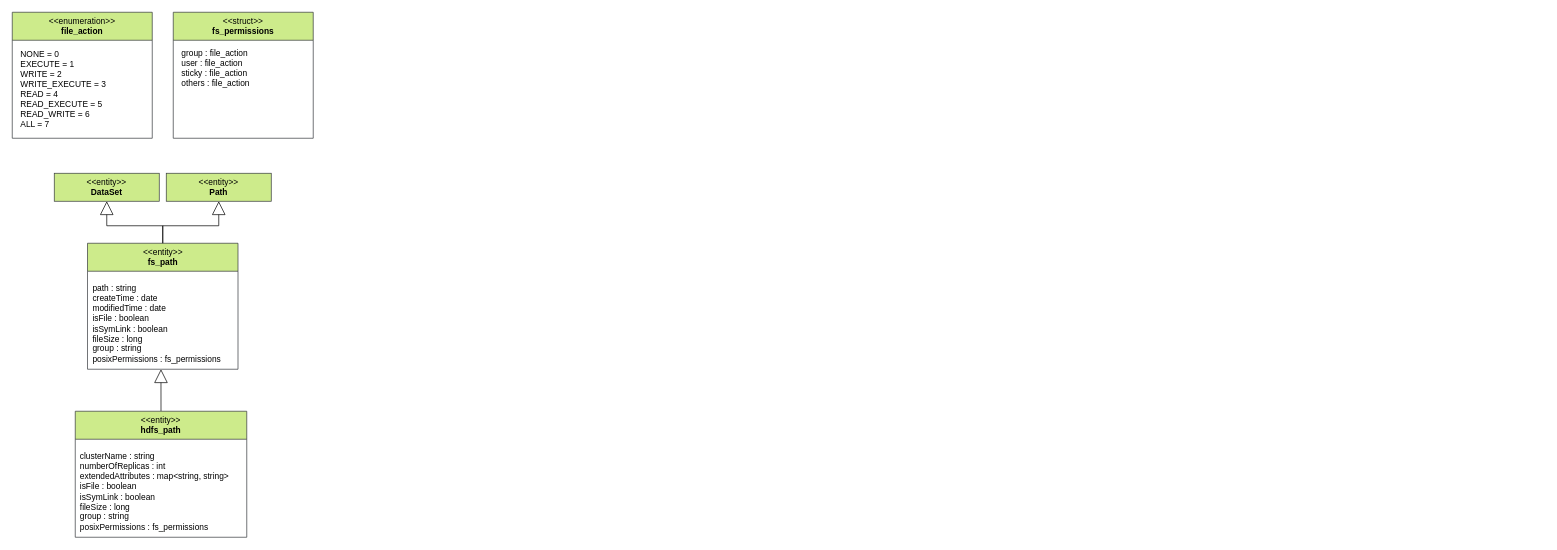
odpi/egeria keeps this draw.io diagram as page "1020 - File System" (2 of 6) of open-metadata-implementation/adapters/open-connectors/integration-connectors/atlas-integration-connector/docs/atlas-types.drawio. Above is the earlier version. Source tidied: cells renumbered, new cells numbered last; positions are measured from the earlier drawing's top-left corner, leaving out a move shared by most shapes. Both pictures are drawn from the tidied source at 70%, with x=0, y=0 at pixel (12, 12).
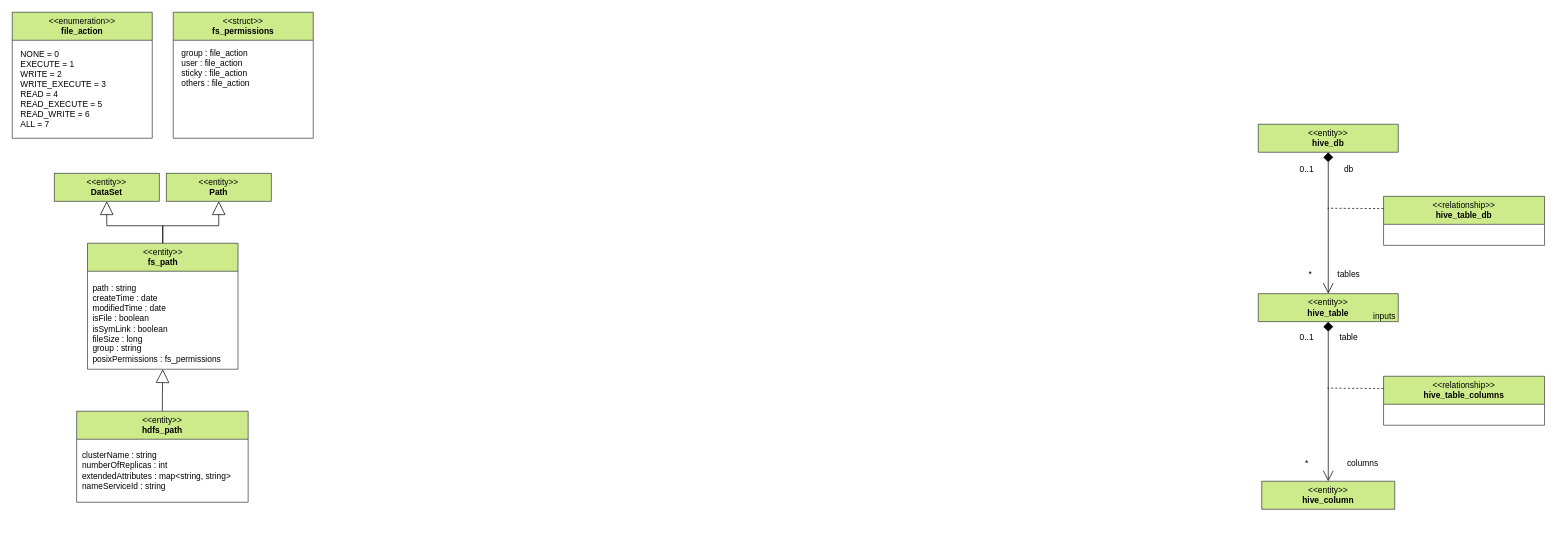
After the change.

Unchanged cells that the change refers to:
```xml
<mxCell id="7" value="&lt;span style=&quot;font-weight: normal;&quot;&gt;&amp;lt;&amp;lt;entity&amp;gt;&amp;gt;&lt;br&gt;&lt;/span&gt;fs_path" style="swimlane;whiteSpace=wrap;html=1;startSize=40;fillColor=#cdeb8b;strokeColor=#36393d;" parent="1" vertex="1">
  <mxGeometry x="107.5" y="330" width="215" height="180" as="geometry" />
</mxCell>
<mxCell id="8" value="path : string&lt;br&gt;createTime : date&lt;br&gt;modifiedTime : date&lt;br&gt;isFile : boolean&lt;br&gt;isSymLink : boolean&lt;br&gt;fileSize : long&lt;br&gt;group : string&lt;br&gt;posixPermissions : fs_permissions" style="text;html=1;align=left;verticalAlign=middle;points=[];strokeColor=none;fillColor=none;" parent="7" vertex="1">
  <mxGeometry x="5" y="50" width="210" height="130" as="geometry" />
</mxCell>
```

What changed in the source:
```diff
@@
-    <mxCell id="10" style="edgeStyle=orthogonalEdgeStyle;rounded=0;jettySize=auto;html=1;exitX=0.5;exitY=0;exitDx=0;exitDy=0;endArrow=block;endFill=0;endSize=17;entryX=0.476;entryY=1;entryDx=0;entryDy=0;entryPerimeter=0;" parent="1" edge="1" source="11" target="8">
+    <mxCell id="10" style="edgeStyle=orthogonalEdgeStyle;rounded=0;jettySize=auto;html=1;exitX=0.5;exitY=0;exitDx=0;exitDy=0;endArrow=block;endFill=0;endSize=17;entryX=0.5;entryY=1;entryDx=0;entryDy=0;" parent="1" edge="1" source="11" target="7">
       <mxGeometry relative="1" as="geometry" />
     </mxCell>
     <mxCell id="11" value="&lt;span style=&quot;font-weight: normal;&quot;&gt;&amp;lt;&amp;lt;entity&amp;gt;&amp;gt;&lt;br&gt;&lt;/span&gt;hdfs_path" style="swimlane;whiteSpace=wrap;html=1;startSize=40;fillColor=#cdeb8b;strokeColor=#36393d;" parent="1" vertex="1">
-      <mxGeometry x="90" y="570" width="245" height="180" as="geometry" />
+      <mxGeometry x="92" y="570" width="245" height="130" as="geometry" />
     </mxCell>
-    <mxCell id="12" value="clusterName : string&lt;br&gt;numberOfReplicas : int&lt;br&gt;extendedAttributes : map&amp;lt;string, string&amp;gt;&lt;br&gt;isFile : boolean&lt;br&gt;isSymLink : boolean&lt;br&gt;fileSize : long&lt;br&gt;group : string&lt;br&gt;posixPermissions : fs_permissions" style="text;html=1;align=left;verticalAlign=middle;strokeColor=none;fillColor=none;" parent="11" vertex="1">
-      <mxGeometry x="5" y="50" width="240" height="130" as="geometry" />
+    <mxCell id="12" value="clusterName : string&lt;br&gt;numberOfReplicas : int&lt;br&gt;extendedAttributes : map&amp;lt;string, string&amp;gt;&lt;br&gt;nameServiceId : string" style="text;html=1;align=left;verticalAlign=middle;strokeColor=none;fillColor=none;" parent="11" vertex="1">
+      <mxGeometry x="5.5" y="50" width="240" height="70" as="geometry" />
     </mxCell>
@@
+    <mxCell id="15" style="rounded=0;jettySize=auto;html=1;endArrow=diamond;endFill=1;startArrow=open;startFill=0;entryX=0.5;entryY=1;entryDx=0;entryDy=0;exitX=0.5;exitY=0;exitDx=0;exitDy=0;endSize=12;targetPerimeterSpacing=0;sourcePerimeterSpacing=2;startSize=13;" parent="1" edge="1" source="24" target="22">
+      <mxGeometry relative="1" as="geometry" />
+    </mxCell>
+    <mxCell id="16" style="edgeStyle=orthogonalEdgeStyle;rounded=0;jettySize=auto;html=1;exitX=0;exitY=0.25;exitDx=0;exitDy=0;dashed=1;endArrow=none;endFill=0;" parent="1" edge="1" source="17">
+      <mxGeometry relative="1" as="geometry">
+        <mxPoint x="1879" y="537" as="targetPoint" />
+      </mxGeometry>
+    </mxCell>
+    <mxCell id="17" value="&lt;span style=&quot;font-weight: normal;&quot;&gt;&amp;lt;&amp;lt;relationship&amp;gt;&amp;gt;&lt;br&gt;&lt;/span&gt;hive_table_columns" style="swimlane;whiteSpace=wrap;html=1;startSize=40;fillColor=#cdeb8b;strokeColor=#36393d;" parent="1" vertex="1">
+      <mxGeometry x="1959" y="520" width="230" height="70" as="geometry" />
+    </mxCell>
+    <mxCell id="18" value="*" style="text;html=1;align=center;verticalAlign=middle;strokeColor=none;fillColor=none;" parent="1" vertex="1">
+      <mxGeometry x="1839" y="360" width="30" height="30" as="geometry" />
+    </mxCell>
+    <mxCell id="19" value="0..1" style="text;html=1;align=center;verticalAlign=middle;strokeColor=none;fillColor=none;" parent="1" vertex="1">
+      <mxGeometry x="1829" y="450" width="40" height="30" as="geometry" />
+    </mxCell>
+    <mxCell id="20" value="table" style="text;html=1;align=center;verticalAlign=middle;strokeColor=none;fillColor=none;" parent="1" vertex="1">
+      <mxGeometry x="1884" y="450" width="50" height="30" as="geometry" />
+    </mxCell>
+    <mxCell id="21" value="columns" style="text;html=1;align=center;verticalAlign=middle;strokeColor=none;fillColor=none;" parent="1" vertex="1">
+      <mxGeometry x="1894" y="630" width="70" height="30" as="geometry" />
+    </mxCell>
+    <mxCell id="22" value="&lt;span style=&quot;font-weight: normal;&quot;&gt;&amp;lt;&amp;lt;entity&amp;gt;&amp;gt;&lt;br&gt;&lt;/span&gt;hive_table" style="swimlane;whiteSpace=wrap;html=1;startSize=40;fillColor=#cdeb8b;strokeColor=#36393d;" parent="1" vertex="1">
+      <mxGeometry x="1780" y="402" width="200" height="40" as="geometry" />
+    </mxCell>
+    <mxCell id="23" value="&lt;span style=&quot;font-weight: normal;&quot;&gt;&amp;lt;&amp;lt;entity&amp;gt;&amp;gt;&lt;br&gt;&lt;/span&gt;hive_db" style="swimlane;whiteSpace=wrap;html=1;startSize=40;fillColor=#cdeb8b;strokeColor=#36393d;" parent="1" vertex="1">
+      <mxGeometry x="1780" y="160" width="200" height="40" as="geometry" />
+    </mxCell>
+    <mxCell id="24" value="&lt;span style=&quot;font-weight: normal;&quot;&gt;&amp;lt;&amp;lt;entity&amp;gt;&amp;gt;&lt;br&gt;&lt;/span&gt;hive_column" style="swimlane;whiteSpace=wrap;html=1;startSize=40;fillColor=#cdeb8b;strokeColor=#36393d;" parent="1" vertex="1">
+      <mxGeometry x="1785" y="670" width="190" height="40" as="geometry" />
+    </mxCell>
+    <mxCell id="25" style="rounded=0;jettySize=auto;html=1;endArrow=diamond;endFill=1;startArrow=open;startFill=0;entryX=0.5;entryY=1;entryDx=0;entryDy=0;exitX=0.5;exitY=0;exitDx=0;exitDy=0;endSize=12;targetPerimeterSpacing=0;sourcePerimeterSpacing=2;startSize=13;" parent="1" edge="1" source="22" target="23">
+      <mxGeometry relative="1" as="geometry" />
+    </mxCell>
+    <mxCell id="26" style="edgeStyle=orthogonalEdgeStyle;rounded=0;jettySize=auto;html=1;exitX=0;exitY=0.25;exitDx=0;exitDy=0;dashed=1;endArrow=none;endFill=0;" parent="1" edge="1" source="27">
+      <mxGeometry relative="1" as="geometry">
+        <mxPoint x="1879" y="280" as="targetPoint" />
+      </mxGeometry>
+    </mxCell>
+    <mxCell id="27" value="&lt;span style=&quot;font-weight: normal;&quot;&gt;&amp;lt;&amp;lt;relationship&amp;gt;&amp;gt;&lt;br&gt;&lt;/span&gt;hive_table_db" style="swimlane;whiteSpace=wrap;html=1;startSize=40;fillColor=#cdeb8b;strokeColor=#36393d;" parent="1" vertex="1">
+      <mxGeometry x="1959" y="263" width="230" height="70" as="geometry" />
+    </mxCell>
+    <mxCell id="28" value="*" style="text;html=1;align=center;verticalAlign=middle;strokeColor=none;fillColor=none;" parent="1" vertex="1">
+      <mxGeometry x="1834" y="630" width="30" height="30" as="geometry" />
+    </mxCell>
+    <mxCell id="29" value="0..1" style="text;html=1;align=center;verticalAlign=middle;strokeColor=none;fillColor=none;" parent="1" vertex="1">
+      <mxGeometry x="1829" y="210" width="40" height="30" as="geometry" />
+    </mxCell>
+    <mxCell id="30" value="tables" style="text;html=1;align=center;verticalAlign=middle;strokeColor=none;fillColor=none;" parent="1" vertex="1">
+      <mxGeometry x="1879" y="360" width="60" height="30" as="geometry" />
+    </mxCell>
+    <mxCell id="31" value="inputs" style="text;html=1;align=center;verticalAlign=middle;strokeColor=none;fillColor=none;" parent="1" vertex="1">
+      <mxGeometry x="1930" y="420" width="60" height="30" as="geometry" />
+    </mxCell>
+    <mxCell id="32" value="db" style="text;html=1;align=center;verticalAlign=middle;strokeColor=none;fillColor=none;" parent="1" vertex="1">
+      <mxGeometry x="1889" y="210" width="40" height="30" as="geometry" />
+    </mxCell>
```
